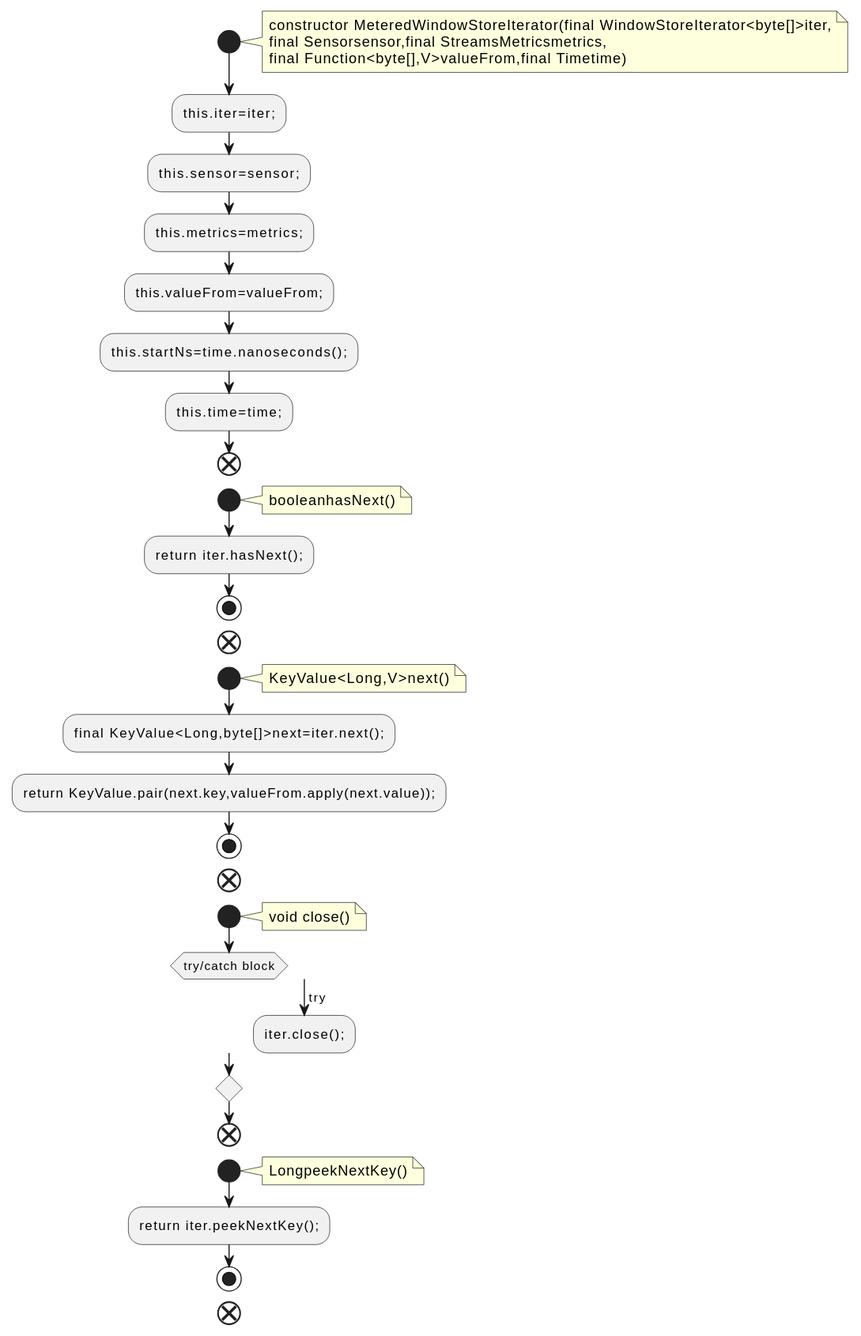
The PlantUML diagram docs/qc/streams/src/main/java/org/apache/kafka/streams/state/internals/MeteredWindowStoreIterator.java.fct.svg in qualitesys/kafka, before a commit.
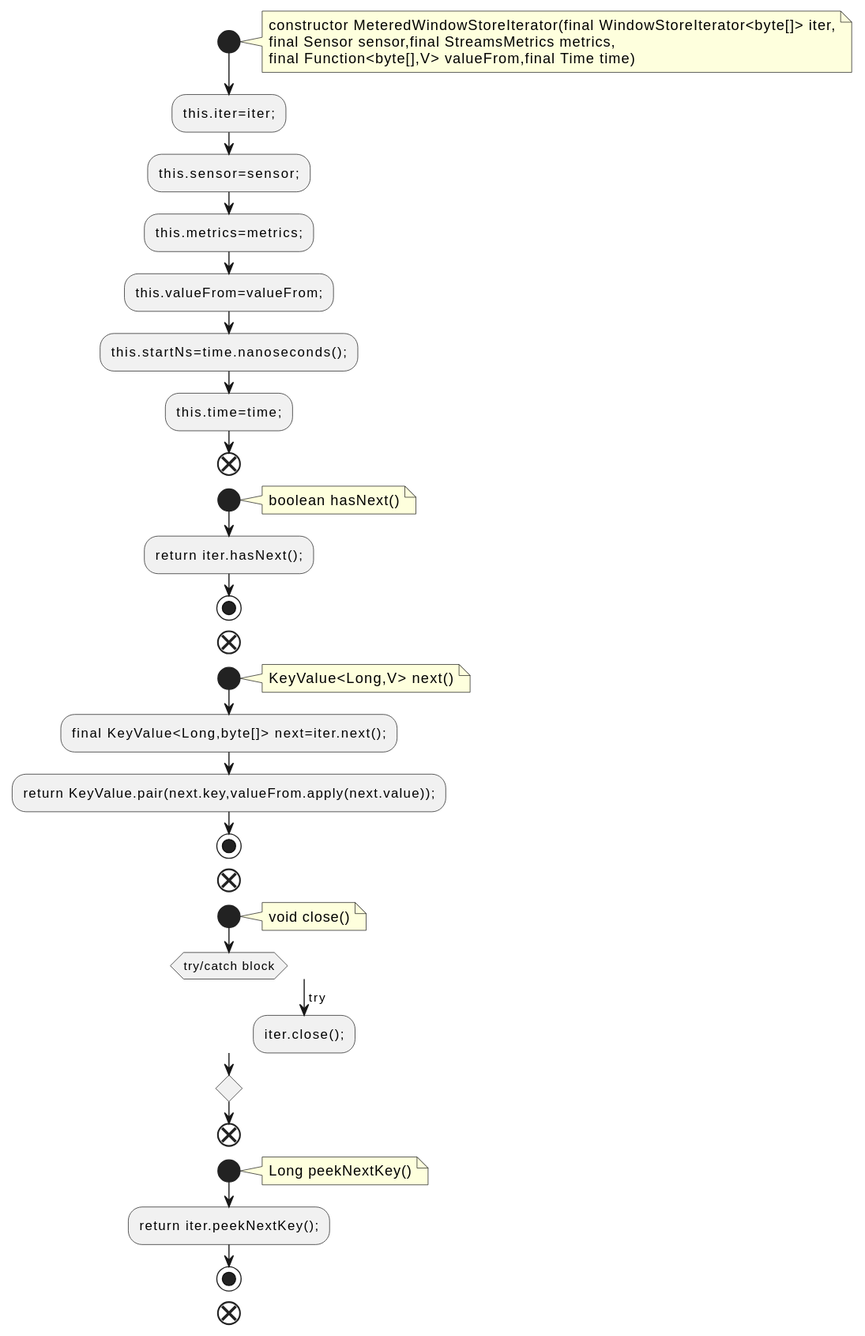
The same diagram one commit later.

The edit, as a diff of the source:
```diff
@@ -2,9 +2,9 @@
 !pragma layout smetana
 start
 note right
-constructor MeteredWindowStoreIterator(final WindowStoreIterator<byte[]>iter,
-final Sensorsensor,final StreamsMetricsmetrics,
-final Function<byte[],V>valueFrom,final Timetime)
+constructor MeteredWindowStoreIterator(final WindowStoreIterator<byte[]> iter,
+final Sensor sensor,final StreamsMetrics metrics,
+final Function<byte[],V> valueFrom,final Time time)
 end note
 :this.iter=iter;;
 :this.sensor=sensor;;
@@ -15,16 +15,16 @@
 end
 start
 note right
-booleanhasNext()
+boolean hasNext()
 end note
 :return iter.hasNext();;
 stop
 end
 start
 note right
-KeyValue<Long,V>next()
+KeyValue<Long,V> next()
 end note
-:final KeyValue<Long,byte[]>next=iter.next();;
+:final KeyValue<Long,byte[]> next=iter.next();;
 :return KeyValue.pair(next.key,valueFrom.apply(next.value));;
 stop
 end
@@ -39,7 +39,7 @@
 end
 start
 note right
-LongpeekNextKey()
+Long peekNextKey()
 end note
 :return iter.peekNextKey();;
 stop
```
